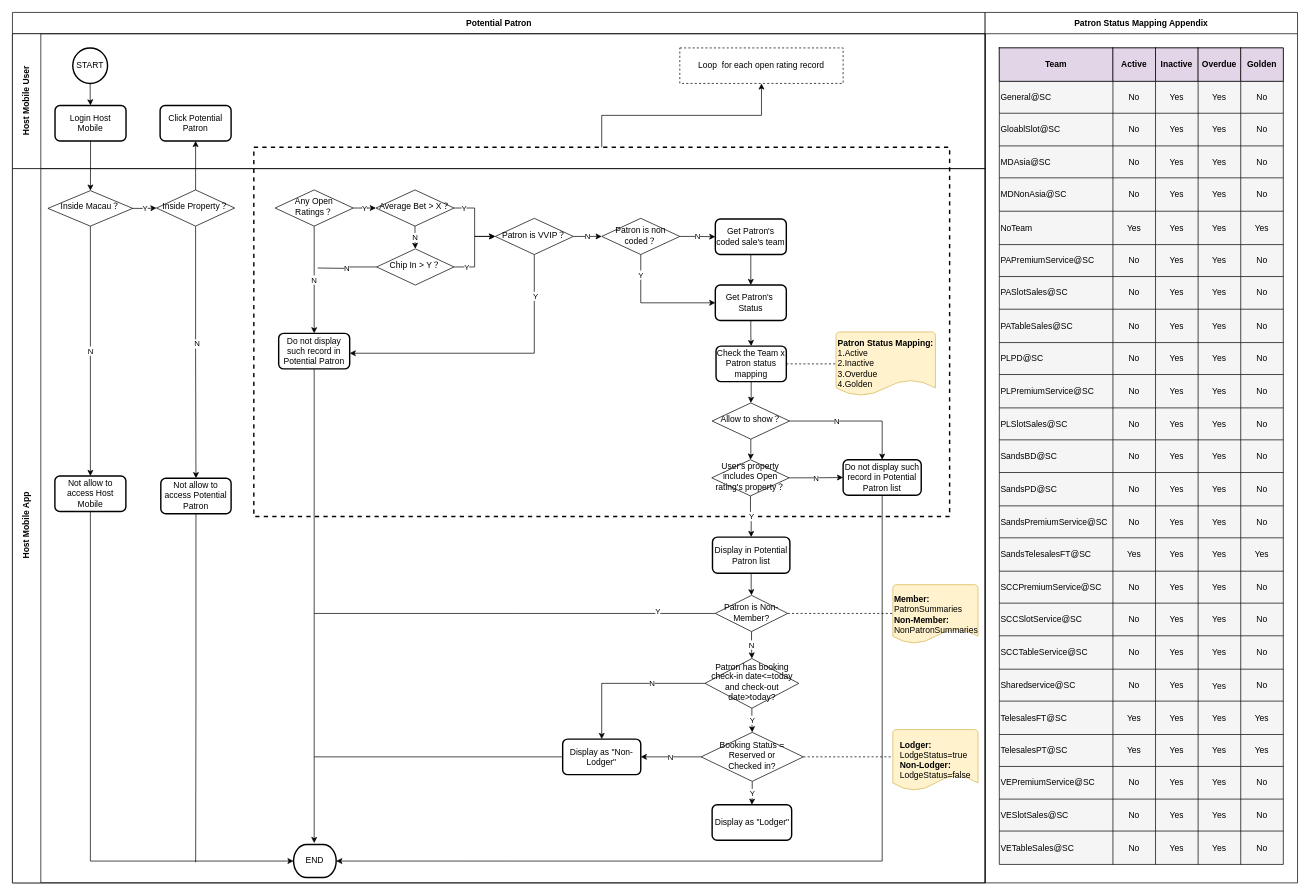
xiaobao0706/drawio keeps this draw.io diagram as Potential Patron.drawio. Above is the earlier version. Source tidied: cells renumbered, new cells numbered last; positions are measured from the earlier drawing's top-left corner, leaving out a move shared by most shapes. Both pictures are drawn from the tidied source at 71%, with x=0, y=0 at pixel (12, 12).
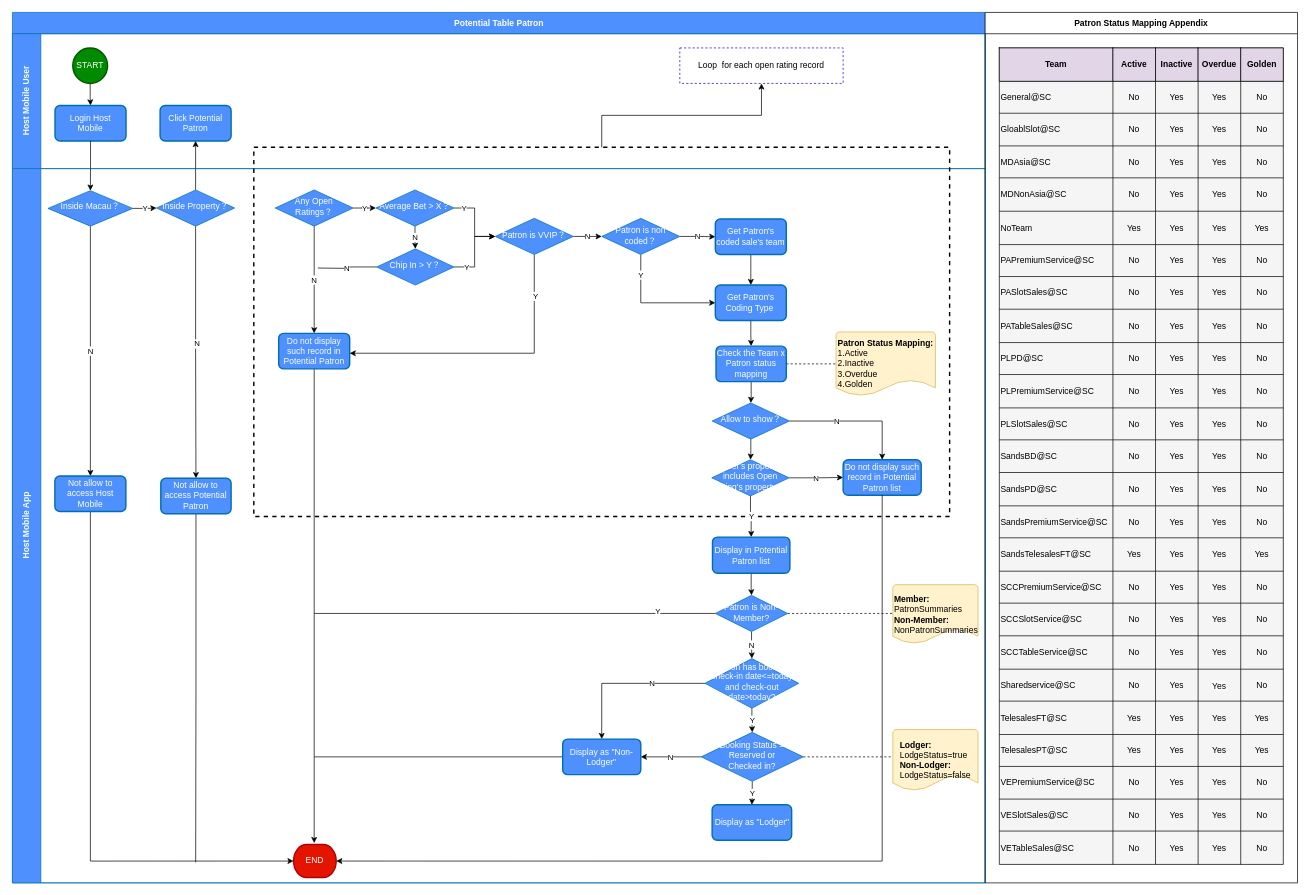
Above is the later version.

The edit, as a diff of the source:
```diff
@@
-    <mxCell id="2" value="Potential Patron" style="swimlane;horizontal=1;startSize=30;html=1;direction=east;" parent="1" vertex="1">
+    <mxCell id="2" value="Potential Table Patron" style="swimlane;horizontal=1;startSize=30;html=1;direction=east;fillColor=#4d90fe;fontColor=#ffffff;strokeColor=#006EAF;" parent="1" vertex="1">
       <mxGeometry width="1370" height="1226" as="geometry" />
     </mxCell>
-    <mxCell id="3" value="Host Mobile User" style="swimlane;startSize=40;horizontal=0;html=1;" parent="2" vertex="1">
+    <mxCell id="3" value="Host Mobile User" style="swimlane;startSize=40;horizontal=0;html=1;fillColor=#4d90fe;fontColor=#ffffff;strokeColor=#006EAF;" parent="2" vertex="1">
       <mxGeometry y="30" width="1370" height="190" as="geometry" />
     </mxCell>
@@
-    <mxCell id="5" value="START" style="strokeWidth=2;html=1;shape=mxgraph.flowchart.start_2;whiteSpace=wrap;" parent="3" vertex="1">
+    <mxCell id="5" value="START" style="strokeWidth=2;html=1;shape=mxgraph.flowchart.start_2;whiteSpace=wrap;fillColor=#008a00;fontColor=#ffffff;strokeColor=#005700;" parent="3" vertex="1">
       <mxGeometry x="85" y="20" width="49" height="50" as="geometry" />
     </mxCell>
-    <mxCell id="6" value="Login Host &lt;br&gt;Mobile" style="rounded=1;whiteSpace=wrap;html=1;absoluteArcSize=1;arcSize=14;strokeWidth=2;" parent="3" vertex="1">
+    <mxCell id="6" value="Login Host &lt;br&gt;Mobile" style="rounded=1;whiteSpace=wrap;html=1;absoluteArcSize=1;arcSize=14;strokeWidth=2;fillColor=#4d90fe;fontColor=#ffffff;strokeColor=#006EAF;" parent="3" vertex="1">
       <mxGeometry x="60" y="101" width="100" height="50" as="geometry" />
     </mxCell>
-    <mxCell id="7" value="Click Potential Patron" style="rounded=1;whiteSpace=wrap;html=1;absoluteArcSize=1;arcSize=14;strokeWidth=2;" parent="3" vertex="1">
+    <mxCell id="7" value="Click Potential Patron" style="rounded=1;whiteSpace=wrap;html=1;absoluteArcSize=1;arcSize=14;strokeWidth=2;fillColor=#4d90fe;fontColor=#ffffff;strokeColor=#006EAF;" parent="3" vertex="1">
       <mxGeometry x="208" y="101" width="100" height="50" as="geometry" />
     </mxCell>
-    <mxCell id="8" value="Loop&amp;nbsp; for each open rating record" style="rounded=0;whiteSpace=wrap;html=1;dashed=1;" parent="3" vertex="1">
+    <mxCell id="8" value="Loop&amp;nbsp; for each open rating record" style="rounded=0;whiteSpace=wrap;html=1;dashed=1;strokeColor=#0000FF;" parent="3" vertex="1">
       <mxGeometry x="940" y="20" width="230" height="50" as="geometry" />
     </mxCell>
@@
-    <mxCell id="12" value="Host Mobile App" style="swimlane;startSize=40;horizontal=0;html=1;" parent="2" vertex="1">
+    <mxCell id="12" value="Host Mobile App" style="swimlane;startSize=40;horizontal=0;html=1;fillColor=#4d90fe;fontColor=#ffffff;strokeColor=#006EAF;" parent="2" vertex="1">
       <mxGeometry y="220" width="1370" height="1006" as="geometry" />
     </mxCell>
@@
-    <mxCell id="16" value="Inside Macau？" style="rhombus;whiteSpace=wrap;html=1;shadow=0;fontFamily=Helvetica;fontSize=12;align=center;strokeWidth=1;spacing=6;spacingTop=-4;" parent="12" vertex="1">
+    <mxCell id="16" value="Inside Macau？" style="rhombus;whiteSpace=wrap;html=1;shadow=0;fontFamily=Helvetica;fontSize=12;align=center;strokeWidth=1;spacing=6;spacingTop=-4;fillColor=#4d90fe;fontColor=#ffffff;strokeColor=#006EAF;" parent="12" vertex="1">
       <mxGeometry x="50" y="31" width="119.5" height="50" as="geometry" />
     </mxCell>
@@
-    <mxCell id="19" value="Inside Property？" style="rhombus;whiteSpace=wrap;html=1;shadow=0;fontFamily=Helvetica;fontSize=12;align=center;strokeWidth=1;spacing=6;spacingTop=-4;" parent="12" vertex="1">
+    <mxCell id="19" value="Inside Property？" style="rhombus;whiteSpace=wrap;html=1;shadow=0;fontFamily=Helvetica;fontSize=12;align=center;strokeWidth=1;spacing=6;spacingTop=-4;fillColor=#4d90fe;fontColor=#ffffff;strokeColor=#006EAF;" parent="12" vertex="1">
       <mxGeometry x="203" y="30" width="110" height="51" as="geometry" />
     </mxCell>
@@
-    <mxCell id="21" value="Not allow to access Host Mobile" style="rounded=1;whiteSpace=wrap;html=1;absoluteArcSize=1;arcSize=14;strokeWidth=2;" parent="12" vertex="1">
+    <mxCell id="21" value="Not allow to access Host Mobile" style="rounded=1;whiteSpace=wrap;html=1;absoluteArcSize=1;arcSize=14;strokeWidth=2;fillColor=#4d90fe;strokeColor=#006EAF;fontColor=#ffffff;" parent="12" vertex="1">
       <mxGeometry x="59.8" y="433" width="100" height="50" as="geometry" />
     </mxCell>
@@
-    <mxCell id="23" value="Not allow to access Potential Patron" style="rounded=1;whiteSpace=wrap;html=1;absoluteArcSize=1;arcSize=14;strokeWidth=2;" parent="12" vertex="1">
+    <mxCell id="23" value="Not allow to access Potential Patron" style="rounded=1;whiteSpace=wrap;html=1;absoluteArcSize=1;arcSize=14;strokeWidth=2;fillColor=#4d90fe;fontColor=#ffffff;strokeColor=#006EAF;" parent="12" vertex="1">
       <mxGeometry x="209" y="436" width="99" height="50" as="geometry" />
     </mxCell>
@@
-    <mxCell id="26" value="Any Open Ratings？" style="rhombus;whiteSpace=wrap;html=1;shadow=0;fontFamily=Helvetica;fontSize=12;align=center;strokeWidth=1;spacing=6;spacingTop=-4;" parent="12" vertex="1">
+    <mxCell id="26" value="Any Open Ratings？" style="rhombus;whiteSpace=wrap;html=1;shadow=0;fontFamily=Helvetica;fontSize=12;align=center;strokeWidth=1;spacing=6;spacingTop=-4;fillColor=#4d90fe;fontColor=#ffffff;strokeColor=#006EAF;" parent="12" vertex="1">
       <mxGeometry x="370" y="30" width="110" height="51" as="geometry" />
     </mxCell>
@@
-    <mxCell id="30" value="Average Bet &amp;gt; X？" style="rhombus;whiteSpace=wrap;html=1;shadow=0;fontFamily=Helvetica;fontSize=12;align=center;strokeWidth=1;spacing=6;spacingTop=-4;" parent="12" vertex="1">
+    <mxCell id="30" value="Average Bet &amp;gt; X？" style="rhombus;whiteSpace=wrap;html=1;shadow=0;fontFamily=Helvetica;fontSize=12;align=center;strokeWidth=1;spacing=6;spacingTop=-4;fillColor=#4d90fe;fontColor=#ffffff;strokeColor=#006EAF;" parent="12" vertex="1">
       <mxGeometry x="512" y="30" width="110" height="51" as="geometry" />
     </mxCell>
@@
-    <mxCell id="34" value="Chip In &amp;gt; Y？" style="rhombus;whiteSpace=wrap;html=1;shadow=0;fontFamily=Helvetica;fontSize=12;align=center;strokeWidth=1;spacing=6;spacingTop=-4;" parent="12" vertex="1">
+    <mxCell id="34" value="Chip In &amp;gt; Y？" style="rhombus;whiteSpace=wrap;html=1;shadow=0;fontFamily=Helvetica;fontSize=12;align=center;strokeWidth=1;spacing=6;spacingTop=-4;fillColor=#4d90fe;fontColor=#ffffff;strokeColor=#006EAF;" parent="12" vertex="1">
       <mxGeometry x="513" y="113" width="109" height="51" as="geometry" />
     </mxCell>
@@
-    <mxCell id="36" value="Do not display such record in Potential Patron" style="rounded=1;whiteSpace=wrap;html=1;absoluteArcSize=1;arcSize=14;strokeWidth=2;" parent="12" vertex="1">
+    <mxCell id="36" value="Do not display such record in Potential Patron" style="rounded=1;whiteSpace=wrap;html=1;absoluteArcSize=1;arcSize=14;strokeWidth=2;fillColor=#4d90fe;fontColor=#ffffff;strokeColor=#006EAF;" parent="12" vertex="1">
       <mxGeometry x="375" y="232" width="100" height="50" as="geometry" />
     </mxCell>
@@
-    <mxCell id="40" value="Patron is VVIP？" style="rhombus;whiteSpace=wrap;html=1;shadow=0;fontFamily=Helvetica;fontSize=12;align=center;strokeWidth=1;spacing=6;spacingTop=-4;" parent="12" vertex="1">
+    <mxCell id="40" value="Patron is VVIP？" style="rhombus;whiteSpace=wrap;html=1;shadow=0;fontFamily=Helvetica;fontSize=12;align=center;strokeWidth=1;spacing=6;spacingTop=-4;fillColor=#4d90fe;fontColor=#ffffff;strokeColor=#006EAF;" parent="12" vertex="1">
       <mxGeometry x="680" y="70" width="110" height="51" as="geometry" />
     </mxCell>
@@
-    <mxCell id="43" value="Patron is non coded？" style="rhombus;whiteSpace=wrap;html=1;shadow=0;fontFamily=Helvetica;fontSize=12;align=center;strokeWidth=1;spacing=6;spacingTop=-4;" parent="12" vertex="1">
+    <mxCell id="43" value="Patron is non coded？" style="rhombus;whiteSpace=wrap;html=1;shadow=0;fontFamily=Helvetica;fontSize=12;align=center;strokeWidth=1;spacing=6;spacingTop=-4;fillColor=#4d90fe;fontColor=#ffffff;strokeColor=#006EAF;" parent="12" vertex="1">
       <mxGeometry x="830" y="70" width="110" height="51" as="geometry" />
     </mxCell>
@@
-    <mxCell id="45" value="Get Patron's coded sale's team" style="rounded=1;whiteSpace=wrap;html=1;absoluteArcSize=1;arcSize=14;strokeWidth=2;" parent="12" vertex="1">
+    <mxCell id="45" value="Get Patron's coded sale's team" style="rounded=1;whiteSpace=wrap;html=1;absoluteArcSize=1;arcSize=14;strokeWidth=2;fillColor=#4d90fe;fontColor=#ffffff;strokeColor=#006EAF;" parent="12" vertex="1">
       <mxGeometry x="990" y="71" width="100" height="50" as="geometry" />
     </mxCell>
@@
-    <mxCell id="47" value="Get Patron's&amp;nbsp; Status" style="rounded=1;whiteSpace=wrap;html=1;absoluteArcSize=1;arcSize=14;strokeWidth=2;" parent="12" vertex="1">
+    <mxCell id="47" value="Get Patron's Coding Type&amp;nbsp;" style="rounded=1;whiteSpace=wrap;html=1;absoluteArcSize=1;arcSize=14;strokeWidth=2;fillColor=#4d90fe;fontColor=#ffffff;strokeColor=#006EAF;" parent="12" vertex="1">
       <mxGeometry x="990" y="164" width="100" height="50" as="geometry" />
     </mxCell>
@@
-    <mxCell id="50" value="Check the Team x Patron status mapping" style="rounded=1;whiteSpace=wrap;html=1;absoluteArcSize=1;arcSize=14;strokeWidth=2;" parent="12" vertex="1">
+    <mxCell id="50" value="Check the Team x Patron status mapping" style="rounded=1;whiteSpace=wrap;html=1;absoluteArcSize=1;arcSize=14;strokeWidth=2;fillColor=#4d90fe;fontColor=#ffffff;strokeColor=#006EAF;" parent="12" vertex="1">
       <mxGeometry x="991" y="250" width="99" height="50" as="geometry" />
     </mxCell>
@@
-    <mxCell id="53" value="Allow to show？" style="rhombus;whiteSpace=wrap;html=1;shadow=0;fontFamily=Helvetica;fontSize=12;align=center;strokeWidth=1;spacing=6;spacingTop=-4;" parent="12" vertex="1">
+    <mxCell id="53" value="Allow to show？" style="rhombus;whiteSpace=wrap;html=1;shadow=0;fontFamily=Helvetica;fontSize=12;align=center;strokeWidth=1;spacing=6;spacingTop=-4;fillColor=#4d90fe;fontColor=#ffffff;strokeColor=#006EAF;" parent="12" vertex="1">
       <mxGeometry x="985.5" y="330" width="109" height="51" as="geometry" />
     </mxCell>
@@
-    <mxCell id="56" value="User's property includes Open rating's property？" style="rhombus;whiteSpace=wrap;html=1;shadow=0;fontFamily=Helvetica;fontSize=12;align=center;strokeWidth=1;spacing=6;spacingTop=-4;" parent="12" vertex="1">
+    <mxCell id="56" value="User's property includes Open rating's property？" style="rhombus;whiteSpace=wrap;html=1;shadow=0;fontFamily=Helvetica;fontSize=12;align=center;strokeWidth=1;spacing=6;spacingTop=-4;fillColor=#4d90fe;fontColor=#ffffff;strokeColor=#006EAF;" parent="12" vertex="1">
       <mxGeometry x="985" y="410" width="109" height="51" as="geometry" />
     </mxCell>
-    <mxCell id="57" value="Do not display such record in Potential Patron list" style="rounded=1;whiteSpace=wrap;html=1;absoluteArcSize=1;arcSize=14;strokeWidth=2;" parent="12" vertex="1">
+    <mxCell id="57" value="Do not display such record in Potential Patron list" style="rounded=1;whiteSpace=wrap;html=1;absoluteArcSize=1;arcSize=14;strokeWidth=2;fillColor=#4d90fe;fontColor=#ffffff;strokeColor=#006EAF;" parent="12" vertex="1">
       <mxGeometry x="1170" y="410" width="110" height="50" as="geometry" />
     </mxCell>
@@
-    <mxCell id="59" value="Display in Potential Patron list" style="rounded=1;whiteSpace=wrap;html=1;absoluteArcSize=1;arcSize=14;strokeWidth=2;" parent="12" vertex="1">
+    <mxCell id="59" value="Display in Potential Patron list" style="rounded=1;whiteSpace=wrap;html=1;absoluteArcSize=1;arcSize=14;strokeWidth=2;fillColor=#4d90fe;fontColor=#ffffff;strokeColor=#006EAF;" parent="12" vertex="1">
       <mxGeometry x="986" y="519" width="109" height="51" as="geometry" />
     </mxCell>
@@
-    <mxCell id="64" value="Patron is Non-Member?" style="rhombus;whiteSpace=wrap;html=1;shadow=0;fontFamily=Helvetica;fontSize=12;align=center;strokeWidth=1;spacing=6;spacingTop=-4;" parent="12" vertex="1">
+    <mxCell id="64" value="Patron is Non-Member?" style="rhombus;whiteSpace=wrap;html=1;shadow=0;fontFamily=Helvetica;fontSize=12;align=center;strokeWidth=1;spacing=6;spacingTop=-4;fillColor=#4d90fe;fontColor=#ffffff;strokeColor=#006EAF;" parent="12" vertex="1">
       <mxGeometry x="990" y="601" width="102" height="51" as="geometry" />
     </mxCell>
@@
-    <mxCell id="67" value="Patron has booking check-in date&amp;lt;=today and check-out date&amp;gt;today?" style="rhombus;whiteSpace=wrap;html=1;shadow=0;fontFamily=Helvetica;fontSize=12;align=center;strokeWidth=1;spacing=6;spacingTop=-4;" parent="12" vertex="1">
+    <mxCell id="67" value="Patron has booking check-in date&amp;lt;=today and check-out date&amp;gt;today?" style="rhombus;whiteSpace=wrap;html=1;shadow=0;fontFamily=Helvetica;fontSize=12;align=center;strokeWidth=1;spacing=6;spacingTop=-4;fillColor=#4d90fe;fontColor=#ffffff;strokeColor=#006EAF;" parent="12" vertex="1">
       <mxGeometry x="975.5" y="690" width="132" height="70" as="geometry" />
     </mxCell>
@@
-    <mxCell id="71" value="Booking Status = Reserved or &lt;br&gt;Checked in?" style="rhombus;whiteSpace=wrap;html=1;shadow=0;fontFamily=Helvetica;fontSize=12;align=center;strokeWidth=1;spacing=6;spacingTop=-4;" parent="12" vertex="1">
+    <mxCell id="71" value="Booking Status = Reserved or &lt;br&gt;Checked in?" style="rhombus;whiteSpace=wrap;html=1;shadow=0;fontFamily=Helvetica;fontSize=12;align=center;strokeWidth=1;spacing=6;spacingTop=-4;fillColor=#4d90fe;fontColor=#ffffff;strokeColor=#006EAF;" parent="12" vertex="1">
       <mxGeometry x="970" y="794" width="144" height="69" as="geometry" />
     </mxCell>
-    <mxCell id="72" value="Display as &quot;Lodger&quot;" style="rounded=1;whiteSpace=wrap;html=1;absoluteArcSize=1;arcSize=14;strokeWidth=2;" parent="12" vertex="1">
+    <mxCell id="72" value="Display as &quot;Lodger&quot;" style="rounded=1;whiteSpace=wrap;html=1;absoluteArcSize=1;arcSize=14;strokeWidth=2;fillColor=#4d90fe;fontColor=#ffffff;strokeColor=#006EAF;" parent="12" vertex="1">
       <mxGeometry x="985.5" y="896" width="112" height="50" as="geometry" />
     </mxCell>
@@
-    <mxCell id="74" value="Display as &quot;Non-Lodger&quot;" style="rounded=1;whiteSpace=wrap;html=1;absoluteArcSize=1;arcSize=14;strokeWidth=2;" parent="12" vertex="1">
+    <mxCell id="74" value="Display as &quot;Non-Lodger&quot;" style="rounded=1;whiteSpace=wrap;html=1;absoluteArcSize=1;arcSize=14;strokeWidth=2;fillColor=#4d90fe;fontColor=#ffffff;strokeColor=#006EAF;" parent="12" vertex="1">
       <mxGeometry x="775" y="803.5" width="110" height="50" as="geometry" />
     </mxCell>
-    <mxCell id="75" value="END" style="strokeWidth=2;html=1;shape=mxgraph.flowchart.terminator;whiteSpace=wrap;" parent="12" vertex="1">
+    <mxCell id="75" value="END" style="strokeWidth=2;html=1;shape=mxgraph.flowchart.terminator;whiteSpace=wrap;fillColor=#e51400;fontColor=#ffffff;strokeColor=#B20000;" parent="12" vertex="1">
       <mxGeometry x="396" y="952" width="60" height="46.5" as="geometry" />
     </mxCell>
```
